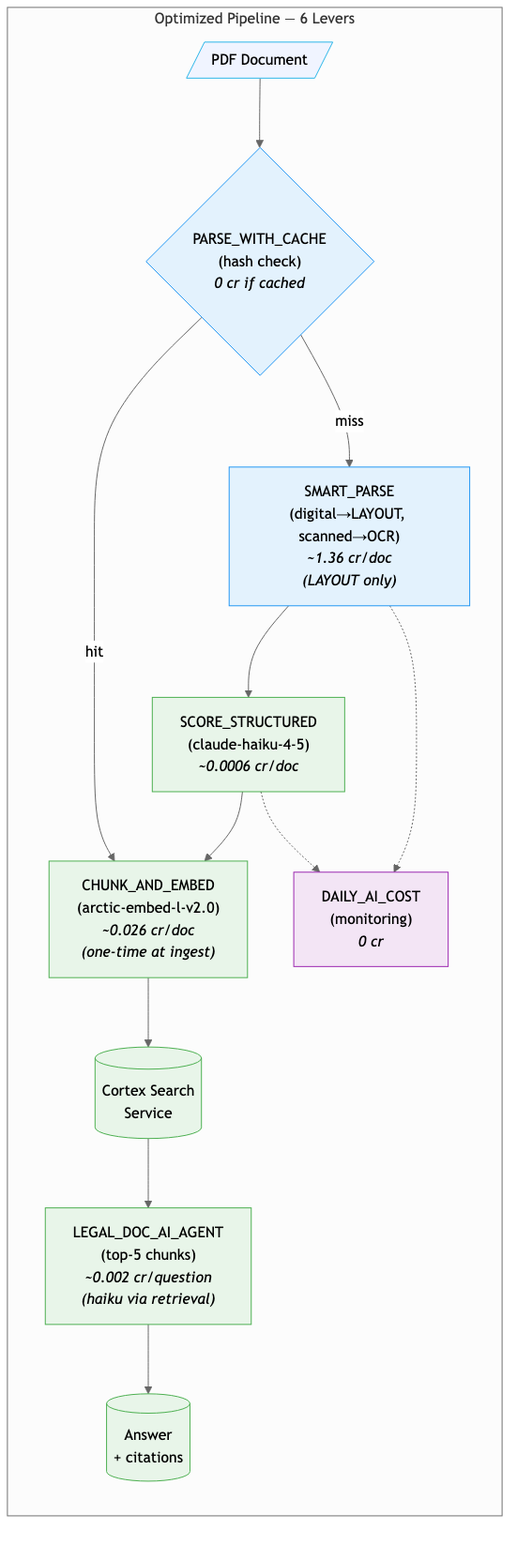
This is docs/architecture-optimized.png from sfc-gh-jkang/legal-doc-ai-demo, a Mermaid export, as it was before one commit. Its source is kept beside it as docs/architecture-optimized.mmd.
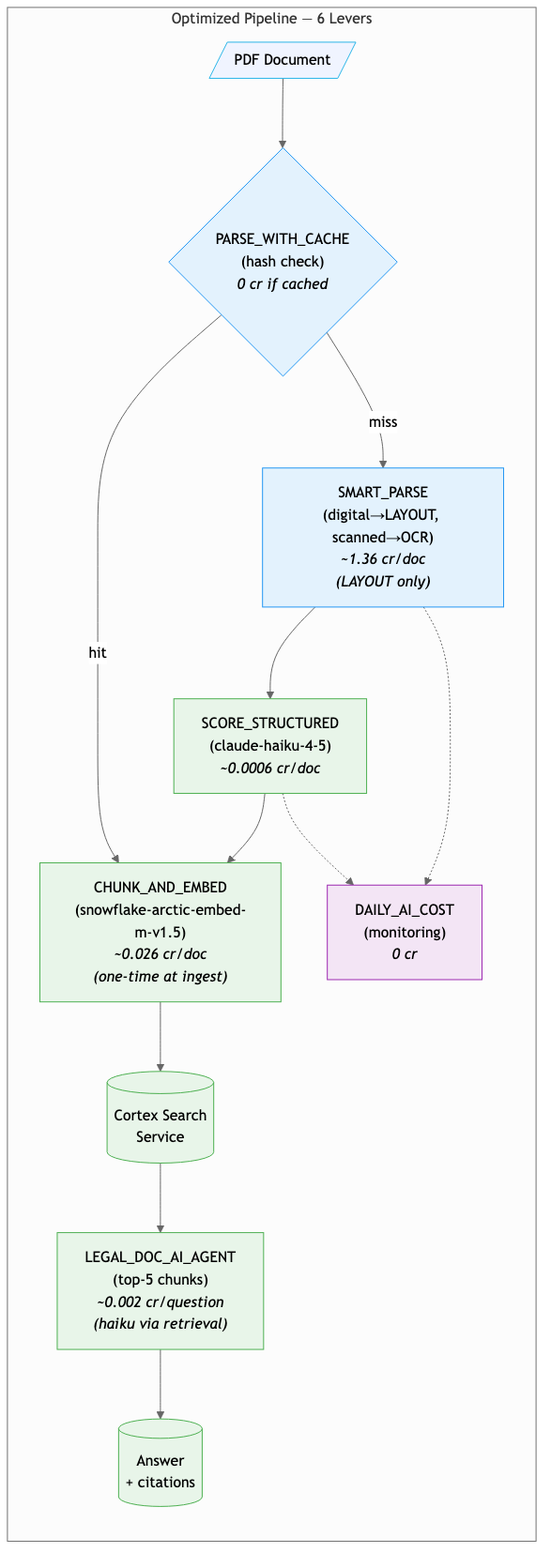
Later version of the same file.

What changed in the source:
```diff
@@ -5,7 +5,7 @@
         CACHE{"PARSE_WITH_CACHE<br/>(hash check)<br/><i>0 cr if cached</i>"}
         ROUTE["SMART_PARSE<br/>(digital→LAYOUT, scanned→OCR)<br/><i>~1.36 cr/doc<br/>(LAYOUT only)</i>"]
         HAIKU["SCORE_STRUCTURED<br/>(claude-haiku-4-5)<br/><i>~0.0006 cr/doc</i>"]
-        EMBED["CHUNK_AND_EMBED<br/>(arctic-embed-l-v2.0)<br/><i>~0.026 cr/doc<br/>(one-time at ingest)</i>"]
+        EMBED["CHUNK_AND_EMBED<br/>(snowflake-arctic-embed-m-v1.5)<br/><i>~0.026 cr/doc<br/>(one-time at ingest)</i>"]
         SEARCH[("Cortex Search<br/>Service")]
         AGENT["LEGAL_DOC_AI_AGENT<br/>(top-5 chunks)<br/><i>~0.002 cr/question<br/>(haiku via retrieval)</i>"]
         ANSWER2[("Answer<br/>+ citations")]
```
